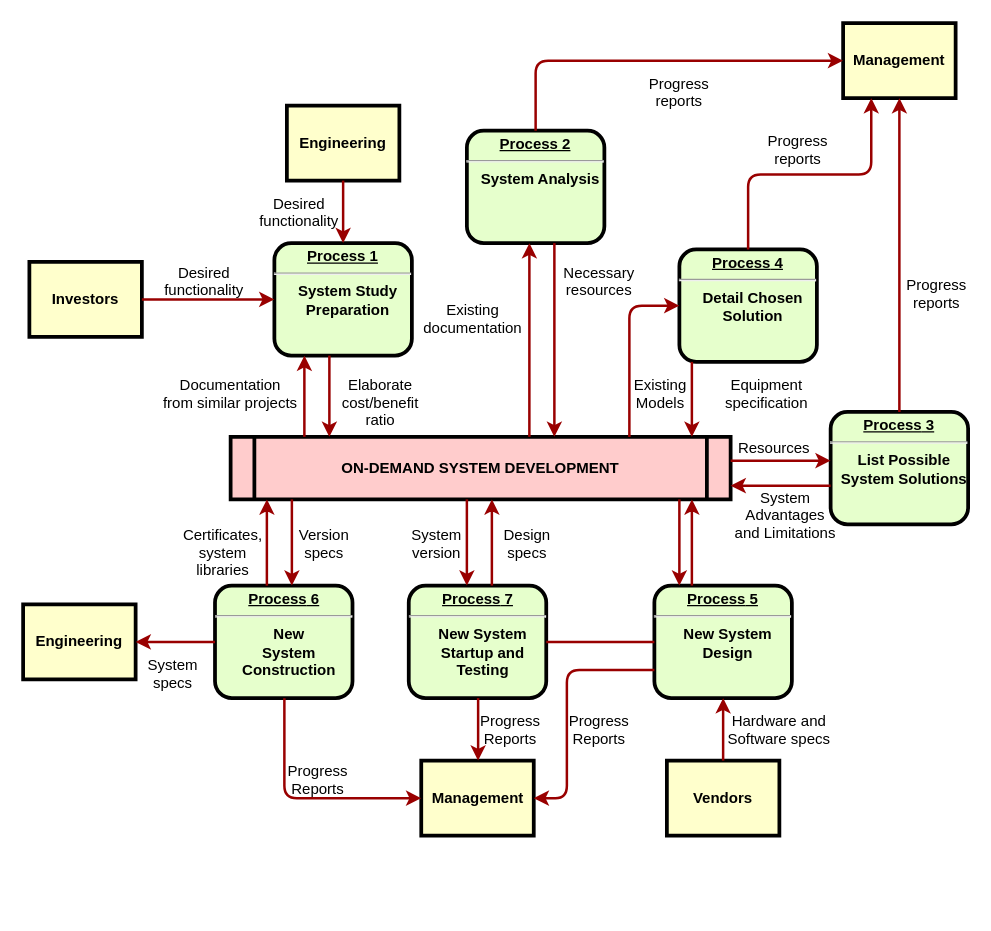
This is page "Page-1" (1 of 2) of 未命名绘图.drawio from PpAaLlMmEeRr/flowjs, a draw.io file, before an edit. Source tidied: cells renumbered, new cells numbered last; positions are measured from the earlier drawing's top-left corner, leaving out a move shared by most shapes. Both pictures are drawn from the tidied source at 125%, with x=0, y=0 at pixel (22, 22).
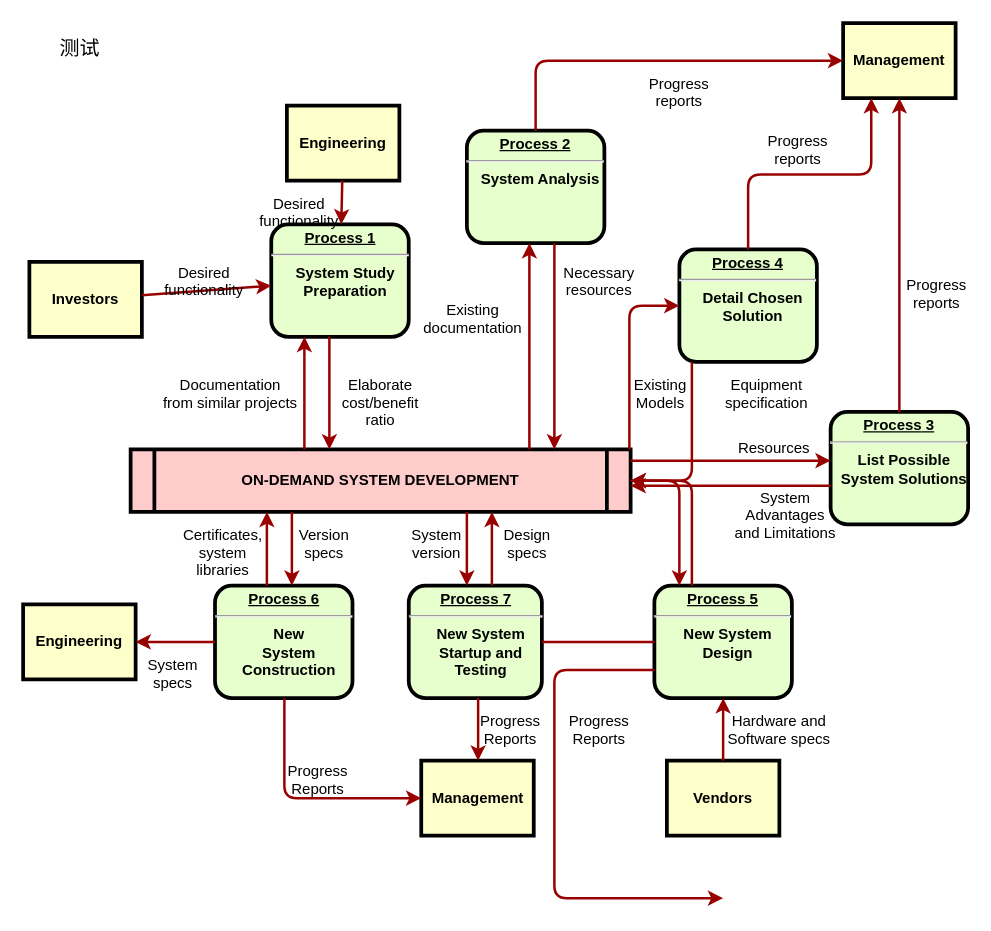
Above is the later version.

Commit message:
更新未命名绘图.drawio

Unchanged cells that the change refers to:
```xml
<mxCell id="9" value="&lt;p style=&quot;margin: 0px; margin-top: 4px; text-align: center; text-decoration: underline;&quot;&gt;&lt;strong&gt;&lt;strong&gt;Process&lt;/strong&gt; 5&lt;br /&gt;&lt;/strong&gt;&lt;/p&gt;&lt;hr /&gt;&lt;p style=&quot;margin: 0px; margin-left: 8px;&quot;&gt;New System&lt;/p&gt;&lt;p style=&quot;margin: 0px; margin-left: 8px;&quot;&gt;Design&lt;/p&gt;" style="verticalAlign=middle;align=center;overflow=fill;fontSize=12;fontFamily=Helvetica;html=1;rounded=1;fontStyle=1;strokeWidth=3;fillColor=#E6FFCC;" parent="1" vertex="1">
  <mxGeometry x="505" y="450" width="110" height="90" as="geometry" />
</mxCell>
<mxCell id="12" value="Management" style="whiteSpace=wrap;align=center;verticalAlign=middle;fontStyle=1;strokeWidth=3;fillColor=#FFFFCC;" parent="1" vertex="1">
  <mxGeometry x="318.5" y="590" width="90" height="60" as="geometry" />
</mxCell>
```

What changed in the source:
```diff
@@
     <mxCell id="2" value="&lt;p style=&quot;margin: 0px; margin-top: 4px; text-align: center; text-decoration: underline;&quot;&gt;&lt;strong&gt;Process 1&lt;br /&gt;&lt;/strong&gt;&lt;/p&gt;&lt;hr /&gt;&lt;p style=&quot;margin: 0px; margin-left: 8px;&quot;&gt;System Study&lt;/p&gt;&lt;p style=&quot;margin: 0px; margin-left: 8px;&quot;&gt;Preparation&lt;/p&gt;" style="verticalAlign=middle;align=center;overflow=fill;fontSize=12;fontFamily=Helvetica;html=1;rounded=1;fontStyle=1;strokeWidth=3;fillColor=#E6FFCC;" parent="1" vertex="1">
-      <mxGeometry x="201" y="176" width="110" height="90" as="geometry" />
+      <mxGeometry x="198.5" y="161" width="110" height="90" as="geometry" />
     </mxCell>
@@
     <mxCell id="5" value="ON-DEMAND SYSTEM DEVELOPMENT" style="shape=process;whiteSpace=wrap;align=center;verticalAlign=middle;size=0.0475;fontStyle=1;strokeWidth=3;fillColor=#FFCCCC;" parent="1" vertex="1">
-      <mxGeometry x="166" y="331" width="400" height="50" as="geometry" />
+      <mxGeometry x="86" y="341" width="400" height="50" as="geometry" />
     </mxCell>
@@
     <mxCell id="17" value="&lt;p style=&quot;margin: 0px; margin-top: 4px; text-align: center; text-decoration: underline;&quot;&gt;&lt;strong&gt;&lt;strong&gt;Process&lt;/strong&gt; 7&lt;br /&gt;&lt;/strong&gt;&lt;/p&gt;&lt;hr /&gt;&lt;p style=&quot;margin: 0px; margin-left: 8px;&quot;&gt;New System&lt;/p&gt;&lt;p style=&quot;margin: 0px; margin-left: 8px;&quot;&gt;Startup and&lt;/p&gt;&lt;p style=&quot;margin: 0px; margin-left: 8px;&quot;&gt;Testing&lt;/p&gt;" style="verticalAlign=middle;align=center;overflow=fill;fontSize=12;fontFamily=Helvetica;html=1;rounded=1;fontStyle=1;strokeWidth=3;fillColor=#E6FFCC;" parent="1" vertex="1">
-      <mxGeometry x="308.5" y="450" width="110" height="90" as="geometry" />
+      <mxGeometry x="308.5" y="450" width="106.5" height="90" as="geometry" />
     </mxCell>
@@
-    <mxCell id="47" style="edgeStyle=elbowEdgeStyle;elbow=horizontal;exitX=0;exitY=0.75;strokeColor=#990000;strokeWidth=2;" parent="1" edge="1" source="9" target="12">
-      <mxGeometry relative="1" as="geometry">
+    <mxCell id="47" style="edgeStyle=elbowEdgeStyle;elbow=horizontal;exitX=0;exitY=0.75;strokeColor=#990000;strokeWidth=2;" parent="1" edge="1" source="9">
+      <mxGeometry x="-0.3" y="-138" relative="1" as="geometry">
+        <mxPoint x="560" y="700" as="targetPoint" />
         <Array as="points">
+          <mxPoint x="425" y="670" />
           <mxPoint x="435" y="570" />
         </Array>
+        <mxPoint x="-121" y="70" as="offset" />
       </mxGeometry>
     </mxCell>
@@
+    <mxCell id="63" value="测试" style="text;html=1;align=center;verticalAlign=middle;strokeColor=none;fillColor=none;fontSize=16;" parent="1" vertex="1">
+      <mxGeometry x="15" y="5" width="60" height="30" as="geometry" />
+    </mxCell>
```
